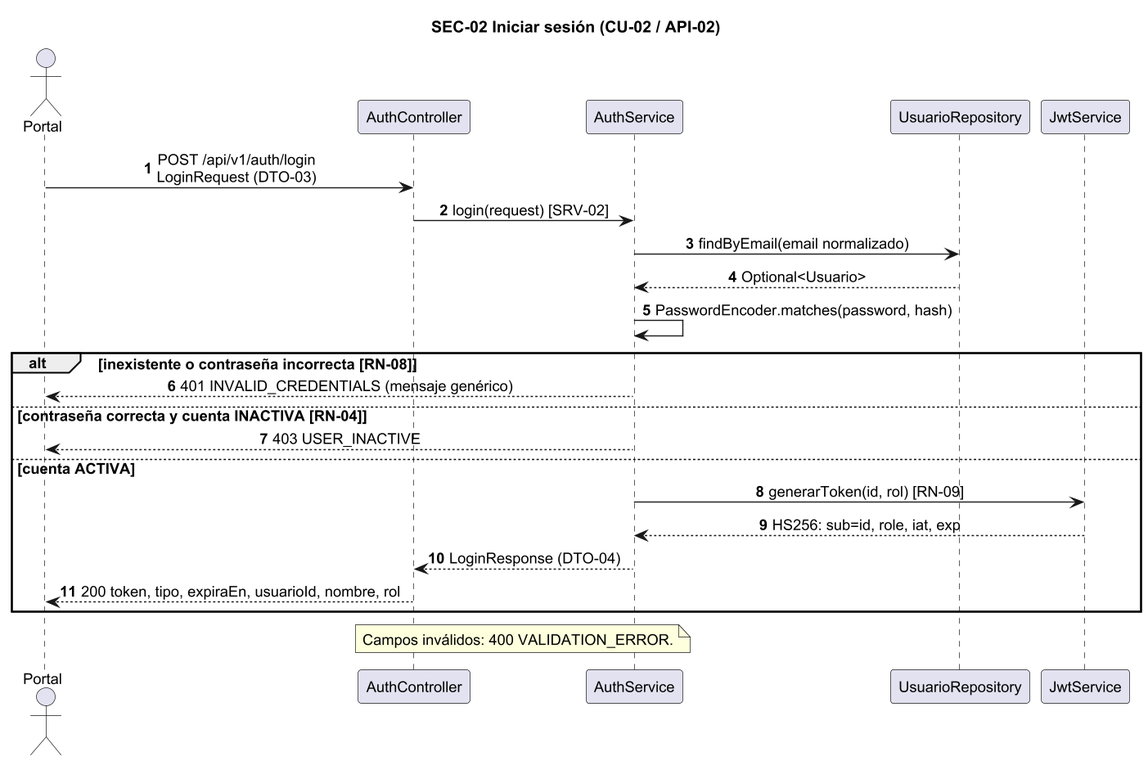
This is doc/Diagramas/SEC-02.png from CarlaGorgal2002/deliverygo-usuarios-auth, a PlantUML export, as it was before one commit.
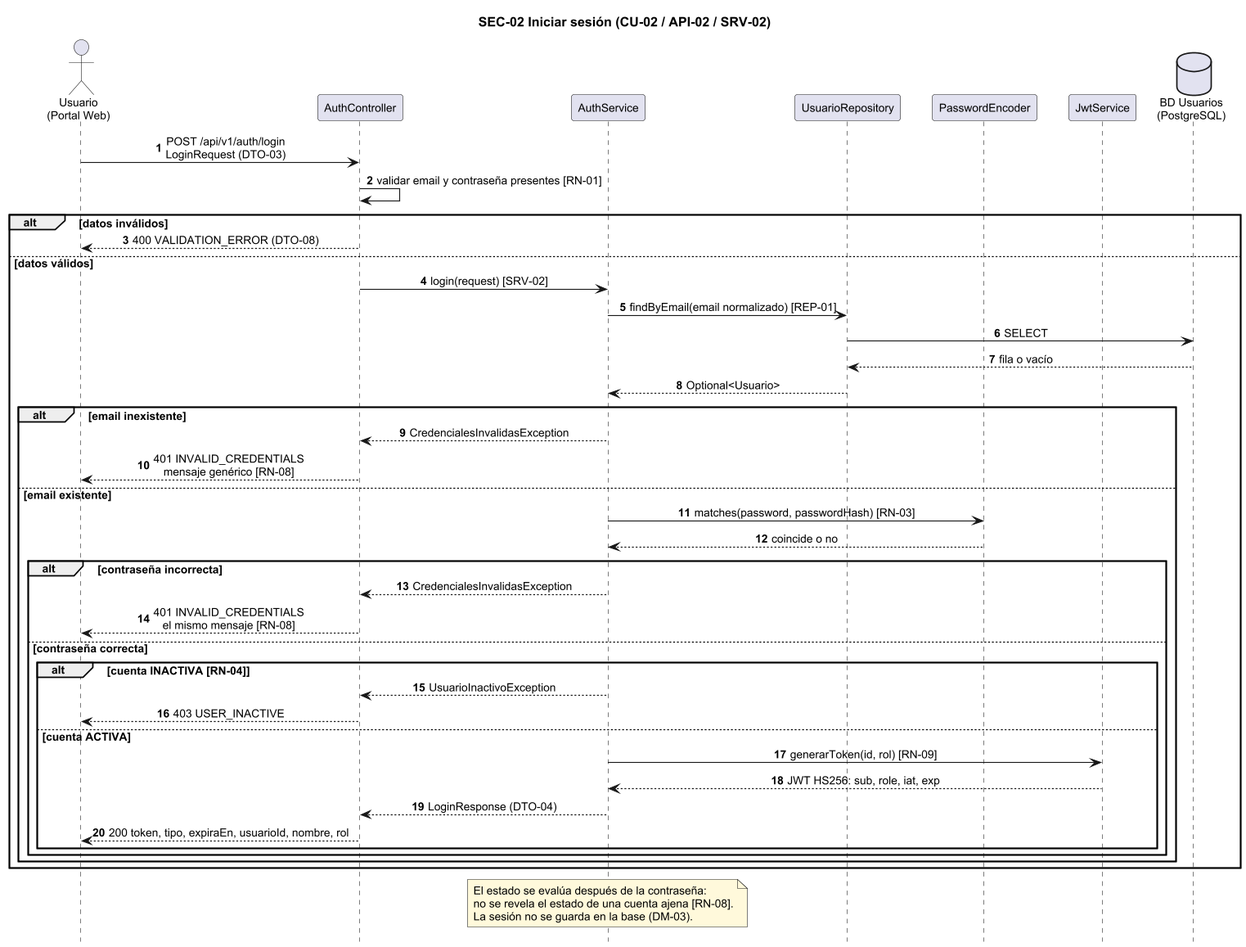
The same file after the commit.

What changed in the source:
```diff
@@ -1,30 +1,54 @@
 @startuml SEC-02
-skinparam dpi 135
+skinparam dpi 110
 skinparam shadowing false
 skinparam defaultFontName Arial
-skinparam defaultFontSize 13
+skinparam defaultFontSize 12
 skinparam sequenceMessageAlign center
-title SEC-02 Iniciar sesión (CU-02 / API-02)
+skinparam responseMessageBelowArrow true
+skinparam NoteBackgroundColor #FFF9DB
+skinparam ParticipantPadding 12
+hide footbox
+title SEC-02 Iniciar sesión (CU-02 / API-02 / SRV-02)
 autonumber
-actor Portal
+actor "Usuario\n(Portal Web)" as A
 participant AuthController as C
 participant AuthService as S
-participant UsuarioRepository as R
+participant UsuarioRepository as UR
+participant PasswordEncoder as PE
 participant JwtService as J
-Portal -> C : POST /api/v1/auth/login\nLoginRequest (DTO-03)
-C -> S : login(request) [SRV-02]
-S -> R : findByEmail(email normalizado)
-R --> S : Optional<Usuario>
-S -> S : PasswordEncoder.matches(password, hash)
-alt inexistente o contraseña incorrecta [RN-08]
- S --> Portal : 401 INVALID_CREDENTIALS (mensaje genérico)
-else contraseña correcta y cuenta INACTIVA [RN-04]
- S --> Portal : 403 USER_INACTIVE
-else cuenta ACTIVA
- S -> J : generarToken(id, rol) [RN-09]
- J --> S : HS256: sub=id, role, iat, exp
- S --> C : LoginResponse (DTO-04)
- C --> Portal : 200 token, tipo, expiraEn, usuarioId, nombre, rol
+database "BD Usuarios\n(PostgreSQL)" as DB
+
+A -> C : POST /api/v1/auth/login\nLoginRequest (DTO-03)
+C -> C : validar email y contraseña presentes [RN-01]
+alt datos inválidos
+  C --> A : 400 VALIDATION_ERROR (DTO-08)
+else datos válidos
+  C -> S : login(request) [SRV-02]
+  S -> UR : findByEmail(email normalizado) [REP-01]
+  UR -> DB : SELECT
+  DB --> UR : fila o vacío
+  UR --> S : Optional<Usuario>
+  alt email inexistente
+    S --> C : CredencialesInvalidasException
+    C --> A : 401 INVALID_CREDENTIALS\nmensaje genérico [RN-08]
+  else email existente
+    S -> PE : matches(password, passwordHash) [RN-03]
+    PE --> S : coincide o no
+    alt contraseña incorrecta
+      S --> C : CredencialesInvalidasException
+      C --> A : 401 INVALID_CREDENTIALS\nel mismo mensaje [RN-08]
+    else contraseña correcta
+      alt cuenta INACTIVA [RN-04]
+        S --> C : UsuarioInactivoException
+        C --> A : 403 USER_INACTIVE
+      else cuenta ACTIVA
+        S -> J : generarToken(id, rol) [RN-09]
+        J --> S : JWT HS256: sub, role, iat, exp
+        S --> C : LoginResponse (DTO-04)
+        C --> A : 200 token, tipo, expiraEn, usuarioId, nombre, rol
+      end
+    end
+  end
 end
-note over C,S : Campos inválidos: 400 VALIDATION_ERROR.
+note over S : El estado se evalúa después de la contraseña:\nno se revela el estado de una cuenta ajena [RN-08].\nLa sesión no se guarda en la base (DM-03).
 @enduml
```
